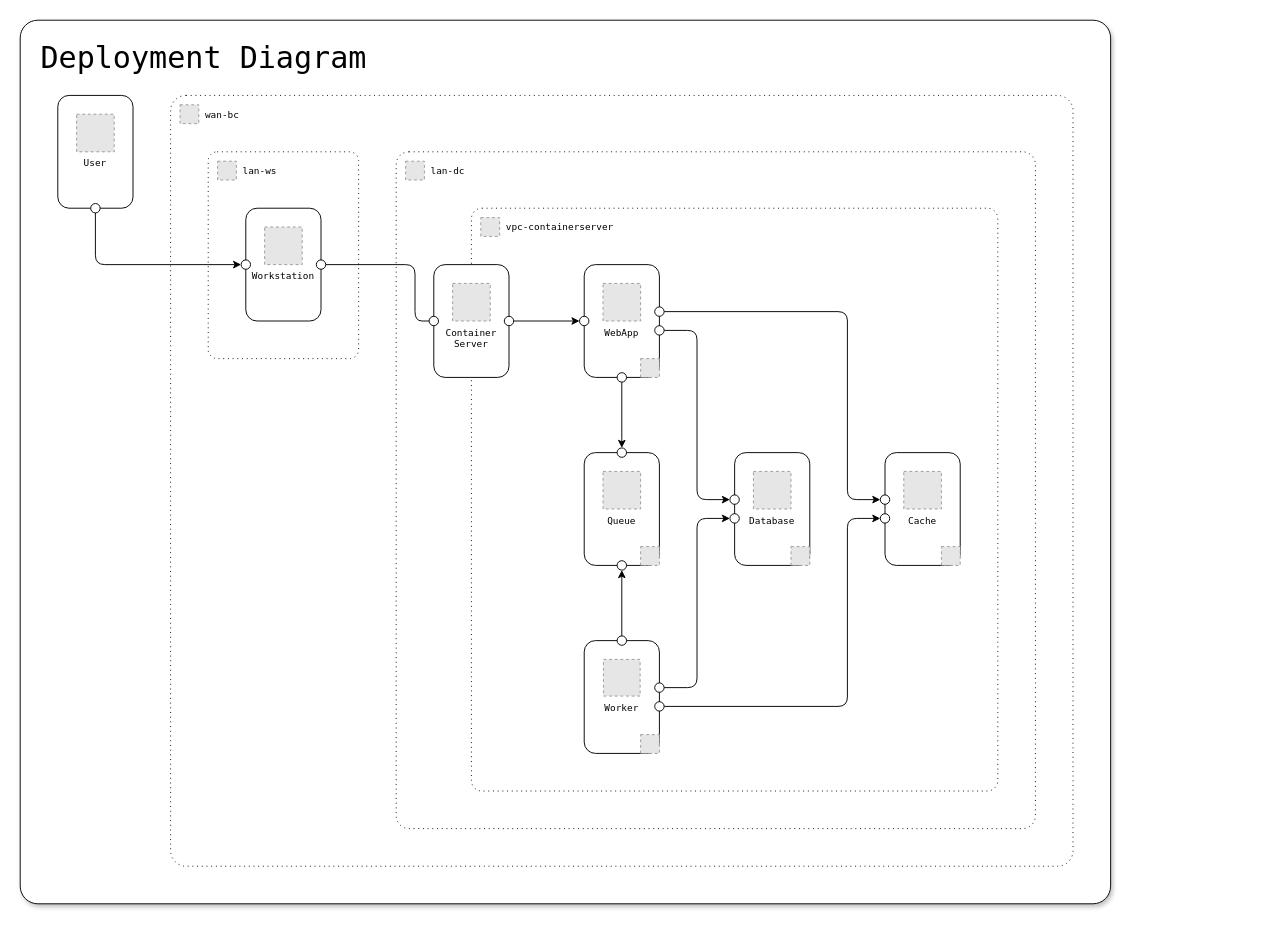
Above: docs/dd.drawio in mfedatto/bc-cashflow (draw.io), before the change. Source tidied: cells renumbered, new cells numbered last; positions are measured from the earlier drawing's top-left corner, leaving out a move shared by most shapes. Both pictures are drawn from the tidied source at 94%, with x=0, y=0 at pixel (20, 20). Pictures stored in the file or linked from it are replaced by grey dashed boxes.
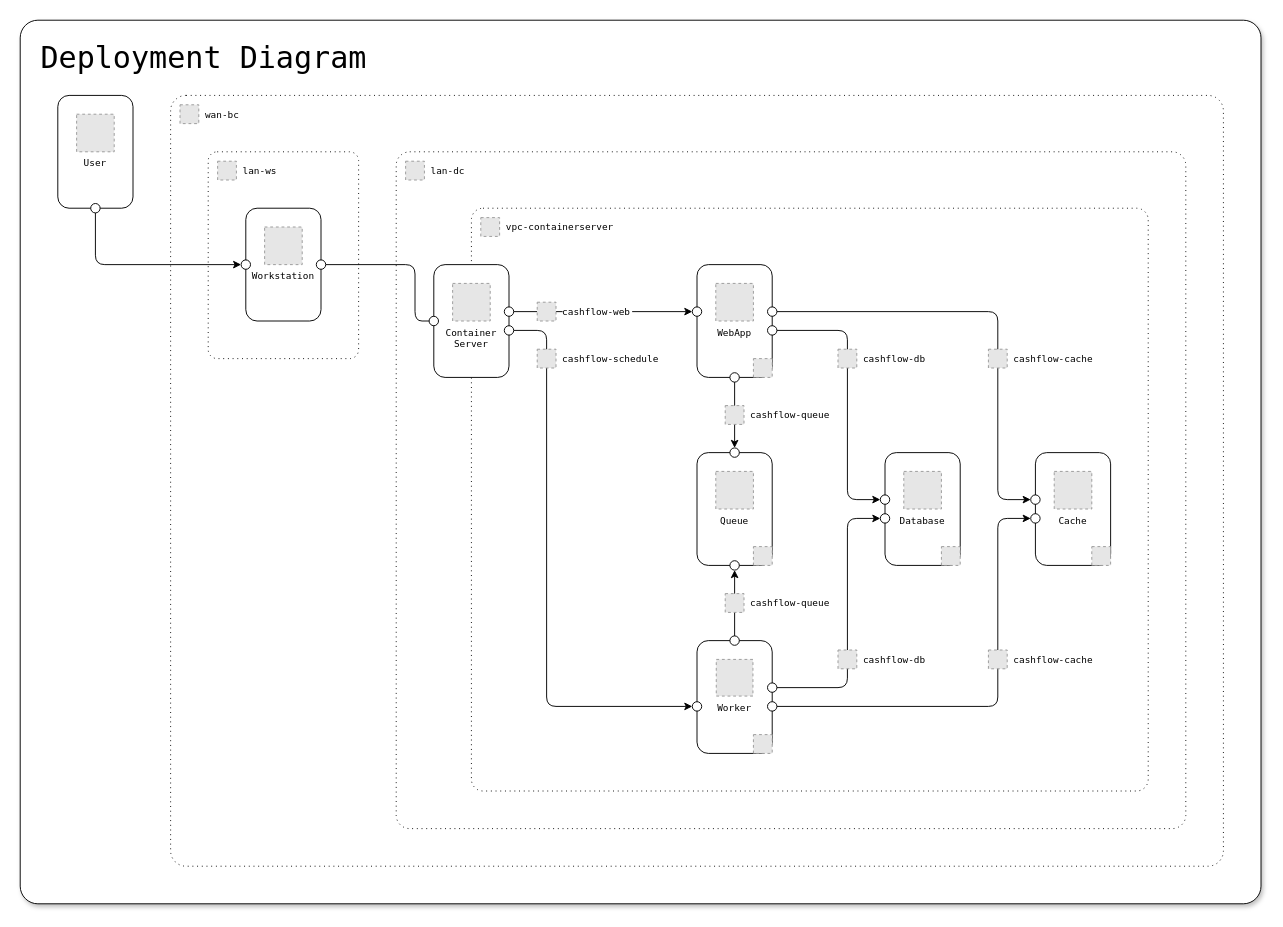
The same diagram, later.

Commit message (it also covers changes not shown here):
maior detalhamento do diagrama de deployment;

Diff of the diagram source:
```diff
@@
     <mxCell id="2" style="rounded=1;whiteSpace=wrap;html=1;fontFamily=Lucida Console;fontSize=32;arcSize=2;shadow=1;" parent="1" vertex="1">
-      <mxGeometry width="1160" height="940" as="geometry" />
+      <mxGeometry width="1320" height="940" as="geometry" />
     </mxCell>
@@
     <mxCell id="4" style="rounded=1;whiteSpace=wrap;html=1;shadow=0;labelBackgroundColor=none;labelBorderColor=none;strokeColor=#000000;fontFamily=Lucida Console;fontSize=10;fillColor=none;arcSize=2;dashed=1;dashPattern=1 4;" parent="3" vertex="1">
-      <mxGeometry x="160" y="80" width="960" height="820" as="geometry" />
+      <mxGeometry x="160" y="80" width="1120" height="820" as="geometry" />
     </mxCell>
@@
     <mxCell id="8" style="rounded=1;whiteSpace=wrap;html=1;shadow=0;labelBackgroundColor=none;labelBorderColor=none;strokeColor=#000000;fontFamily=Lucida Console;fontSize=10;fillColor=none;arcSize=2;dashed=1;dashPattern=1 4;" parent="3" vertex="1">
-      <mxGeometry x="400" y="140" width="680" height="720" as="geometry" />
+      <mxGeometry x="400" y="140" width="840" height="720" as="geometry" />
     </mxCell>
@@
     <mxCell id="10" style="rounded=1;whiteSpace=wrap;html=1;shadow=0;labelBackgroundColor=none;labelBorderColor=none;strokeColor=#000000;fontFamily=Lucida Console;fontSize=10;fillColor=none;arcSize=2;dashed=1;dashPattern=1 4;" parent="3" vertex="1">
-      <mxGeometry x="480" y="200" width="560" height="620" as="geometry" />
+      <mxGeometry x="480" y="200" width="720" height="620" as="geometry" />
     </mxCell>
@@
     <mxCell id="25" style="group;fontFamily=Lucida Console;" parent="13" vertex="1">
-      <mxGeometry x="600" y="260" width="80" height="120" as="geometry" />
+      <mxGeometry x="720" y="260" width="80" height="120" as="geometry" />
     </mxCell>
@@
-    <mxCell id="29" style="edgeStyle=none;html=1;exitX=1;exitY=0.5;exitDx=0;exitDy=0;entryX=0;entryY=0.5;entryDx=0;entryDy=0;fontFamily=Lucida Console;fontSize=10;" parent="13" edge="1" source="65" target="64">
+    <mxCell id="29" style="edgeStyle=none;html=1;exitX=1;exitY=0.5;exitDx=0;exitDy=0;entryX=0;entryY=0.5;entryDx=0;entryDy=0;fontFamily=Lucida Console;fontSize=10;startArrow=none;" parent="13" edge="1" source="78" target="64">
       <mxGeometry relative="1" as="geometry" />
     </mxCell>
     <mxCell id="30" style="group;fontFamily=Lucida Console;" parent="13" vertex="1">
-      <mxGeometry x="760" y="460" width="80" height="120" as="geometry" />
+      <mxGeometry x="920" y="460" width="80" height="120" as="geometry" />
     </mxCell>
@@
     <mxCell id="34" style="edgeStyle=none;html=1;exitX=1;exitY=0.5;exitDx=0;exitDy=0;entryX=0;entryY=0.5;entryDx=0;entryDy=0;fontFamily=Lucida Console;fontSize=10;endArrow=classic;endFill=1;" parent="13" edge="1" source="52" target="54">
       <mxGeometry relative="1" as="geometry">
         <Array as="points">
-          <mxPoint x="720" y="330" />
-          <mxPoint x="720" y="510" />
+          <mxPoint x="880" y="330" />
+          <mxPoint x="880" y="510" />
         </Array>
       </mxGeometry>
     </mxCell>
     <mxCell id="35" style="group;fontFamily=Lucida Console;" parent="13" vertex="1">
-      <mxGeometry x="920" y="460" width="80" height="120" as="geometry" />
+      <mxGeometry x="1080" y="460" width="80" height="120" as="geometry" />
     </mxCell>
@@
     <mxCell id="39" style="edgeStyle=none;html=1;exitX=1;exitY=0.5;exitDx=0;exitDy=0;fontFamily=Lucida Console;fontSize=10;endArrow=classic;endFill=1;entryX=0;entryY=0.5;entryDx=0;entryDy=0;" parent="13" edge="1" source="53" target="62">
       <mxGeometry relative="1" as="geometry">
         <Array as="points">
-          <mxPoint x="880" y="310" />
-          <mxPoint x="880" y="510" />
+          <mxPoint x="1040" y="310" />
+          <mxPoint x="1040" y="510" />
         </Array>
       </mxGeometry>
     </mxCell>
     <mxCell id="40" style="group;fontFamily=Lucida Console;" parent="13" vertex="1">
-      <mxGeometry x="600" y="460" width="80" height="120" as="geometry" />
+      <mxGeometry x="720" y="460" width="80" height="120" as="geometry" />
     </mxCell>
@@
     <mxCell id="45" style="group;fontFamily=Lucida Console;" parent="13" vertex="1">
-      <mxGeometry x="600" y="660" width="80" height="120" as="geometry" />
+      <mxGeometry x="720" y="660" width="80" height="120" as="geometry" />
     </mxCell>
@@
     <mxCell id="49" style="edgeStyle=none;html=1;exitX=1;exitY=0.5;exitDx=0;exitDy=0;entryX=0;entryY=0.5;entryDx=0;entryDy=0;fontFamily=Lucida Console;fontSize=10;endArrow=classic;endFill=1;" parent="13" edge="1" source="60" target="55">
       <mxGeometry relative="1" as="geometry">
         <Array as="points">
-          <mxPoint x="720" y="710" />
-          <mxPoint x="720" y="530" />
+          <mxPoint x="880" y="710" />
+          <mxPoint x="880" y="530" />
         </Array>
       </mxGeometry>
     </mxCell>
     <mxCell id="50" style="edgeStyle=none;html=1;exitX=1;exitY=0.5;exitDx=0;exitDy=0;entryX=0;entryY=0.5;entryDx=0;entryDy=0;fontFamily=Lucida Console;fontSize=10;endArrow=classic;endFill=1;" parent="13" edge="1" source="61" target="63">
       <mxGeometry relative="1" as="geometry">
         <Array as="points">
-          <mxPoint x="880" y="730" />
-          <mxPoint x="880" y="530" />
+          <mxPoint x="1040" y="730" />
+          <mxPoint x="1040" y="530" />
         </Array>
       </mxGeometry>
     </mxCell>
@@
     <mxCell id="52" style="ellipse;whiteSpace=wrap;html=1;shadow=0;labelBackgroundColor=none;labelBorderColor=none;strokeColor=#000000;fontFamily=Lucida Console;fontSize=10;fillColor=default;" parent="13" vertex="1">
-      <mxGeometry x="675" y="325" width="10" height="10" as="geometry" />
+      <mxGeometry x="795" y="325" width="10" height="10" as="geometry" />
     </mxCell>
     <mxCell id="53" style="ellipse;whiteSpace=wrap;html=1;shadow=0;labelBackgroundColor=none;labelBorderColor=none;strokeColor=#000000;fontFamily=Lucida Console;fontSize=10;fillColor=default;" parent="13" vertex="1">
-      <mxGeometry x="675" y="305" width="10" height="10" as="geometry" />
+      <mxGeometry x="795" y="305" width="10" height="10" as="geometry" />
     </mxCell>
     <mxCell id="54" style="ellipse;whiteSpace=wrap;html=1;shadow=0;labelBackgroundColor=none;labelBorderColor=none;strokeColor=#000000;fontFamily=Lucida Console;fontSize=10;fillColor=default;" parent="13" vertex="1">
-      <mxGeometry x="755" y="505" width="10" height="10" as="geometry" />
+      <mxGeometry x="915" y="505" width="10" height="10" as="geometry" />
     </mxCell>
     <mxCell id="55" style="ellipse;whiteSpace=wrap;html=1;shadow=0;labelBackgroundColor=none;labelBorderColor=none;strokeColor=#000000;fontFamily=Lucida Console;fontSize=10;fillColor=default;" parent="13" vertex="1">
-      <mxGeometry x="755" y="525" width="10" height="10" as="geometry" />
+      <mxGeometry x="915" y="525" width="10" height="10" as="geometry" />
     </mxCell>
     <mxCell id="56" style="ellipse;whiteSpace=wrap;html=1;shadow=0;labelBackgroundColor=none;labelBorderColor=none;strokeColor=#000000;fontFamily=Lucida Console;fontSize=10;fillColor=default;" parent="13" vertex="1">
-      <mxGeometry x="635" y="375" width="10" height="10" as="geometry" />
+      <mxGeometry x="755" y="375" width="10" height="10" as="geometry" />
     </mxCell>
     <mxCell id="57" style="ellipse;whiteSpace=wrap;html=1;shadow=0;labelBackgroundColor=none;labelBorderColor=none;strokeColor=#000000;fontFamily=Lucida Console;fontSize=10;fillColor=default;" parent="13" vertex="1">
-      <mxGeometry x="635" y="455" width="10" height="10" as="geometry" />
+      <mxGeometry x="755" y="455" width="10" height="10" as="geometry" />
     </mxCell>
     <mxCell id="58" style="ellipse;whiteSpace=wrap;html=1;shadow=0;labelBackgroundColor=none;labelBorderColor=none;strokeColor=#000000;fontFamily=Lucida Console;fontSize=10;fillColor=default;" parent="13" vertex="1">
-      <mxGeometry x="635" y="575" width="10" height="10" as="geometry" />
+      <mxGeometry x="755" y="575" width="10" height="10" as="geometry" />
     </mxCell>
     <mxCell id="59" style="ellipse;whiteSpace=wrap;html=1;shadow=0;labelBackgroundColor=none;labelBorderColor=none;strokeColor=#000000;fontFamily=Lucida Console;fontSize=10;fillColor=default;" parent="13" vertex="1">
-      <mxGeometry x="635" y="655" width="10" height="10" as="geometry" />
+      <mxGeometry x="755" y="655" width="10" height="10" as="geometry" />
     </mxCell>
     <mxCell id="60" style="ellipse;whiteSpace=wrap;html=1;shadow=0;labelBackgroundColor=none;labelBorderColor=none;strokeColor=#000000;fontFamily=Lucida Console;fontSize=10;fillColor=default;" parent="13" vertex="1">
-      <mxGeometry x="675" y="705" width="10" height="10" as="geometry" />
+      <mxGeometry x="795" y="705" width="10" height="10" as="geometry" />
     </mxCell>
     <mxCell id="61" style="ellipse;whiteSpace=wrap;html=1;shadow=0;labelBackgroundColor=none;labelBorderColor=none;strokeColor=#000000;fontFamily=Lucida Console;fontSize=10;fillColor=default;" parent="13" vertex="1">
-      <mxGeometry x="675" y="725" width="10" height="10" as="geometry" />
+      <mxGeometry x="795" y="725" width="10" height="10" as="geometry" />
     </mxCell>
     <mxCell id="62" style="ellipse;whiteSpace=wrap;html=1;shadow=0;labelBackgroundColor=none;labelBorderColor=none;strokeColor=#000000;fontFamily=Lucida Console;fontSize=10;fillColor=default;" parent="13" vertex="1">
-      <mxGeometry x="915" y="505" width="10" height="10" as="geometry" />
+      <mxGeometry x="1075" y="505" width="10" height="10" as="geometry" />
     </mxCell>
     <mxCell id="63" style="ellipse;whiteSpace=wrap;html=1;shadow=0;labelBackgroundColor=none;labelBorderColor=none;strokeColor=#000000;fontFamily=Lucida Console;fontSize=10;fillColor=default;" parent="13" vertex="1">
-      <mxGeometry x="915" y="525" width="10" height="10" as="geometry" />
+      <mxGeometry x="1075" y="525" width="10" height="10" as="geometry" />
     </mxCell>
     <mxCell id="64" style="ellipse;whiteSpace=wrap;html=1;shadow=0;labelBackgroundColor=none;labelBorderColor=none;strokeColor=#000000;fontFamily=Lucida Console;fontSize=10;fillColor=default;" parent="13" vertex="1">
-      <mxGeometry x="595" y="315" width="10" height="10" as="geometry" />
+      <mxGeometry x="715" y="305" width="10" height="10" as="geometry" />
     </mxCell>
     <mxCell id="65" style="ellipse;whiteSpace=wrap;html=1;shadow=0;labelBackgroundColor=none;labelBorderColor=none;strokeColor=#000000;fontFamily=Lucida Console;fontSize=10;fillColor=default;" parent="13" vertex="1">
-      <mxGeometry x="515" y="315" width="10" height="10" as="geometry" />
+      <mxGeometry x="515" y="305" width="10" height="10" as="geometry" />
     </mxCell>
@@
+    <mxCell id="70" value="cashflow-db" style="fillColor=#E6E6E6;strokeColor=#999999;dashed=1;verticalLabelPosition=middle;labelBackgroundColor=default;verticalAlign=middle;labelPosition=right;align=left;spacingLeft=5;fontSize=10;fontFamily=Lucida Console;" parent="13" vertex="1">
+      <mxGeometry x="870" y="350" width="20" height="20" as="geometry" />
+    </mxCell>
+    <mxCell id="71" value="cashflow-db" style="fillColor=#E6E6E6;strokeColor=#999999;dashed=1;verticalLabelPosition=middle;labelBackgroundColor=default;verticalAlign=middle;labelPosition=right;align=left;spacingLeft=5;fontSize=10;fontFamily=Lucida Console;" parent="13" vertex="1">
+      <mxGeometry x="870" y="670" width="20" height="20" as="geometry" />
+    </mxCell>
+    <mxCell id="72" value="cashflow-cache" style="fillColor=#E6E6E6;strokeColor=#999999;dashed=1;verticalLabelPosition=middle;labelBackgroundColor=default;verticalAlign=middle;labelPosition=right;align=left;spacingLeft=5;fontSize=10;fontFamily=Lucida Console;" parent="13" vertex="1">
+      <mxGeometry x="1030" y="350" width="20" height="20" as="geometry" />
+    </mxCell>
+    <mxCell id="73" value="cashflow-cache" style="fillColor=#E6E6E6;strokeColor=#999999;dashed=1;verticalLabelPosition=middle;labelBackgroundColor=default;verticalAlign=middle;labelPosition=right;align=left;spacingLeft=5;fontSize=10;fontFamily=Lucida Console;" parent="13" vertex="1">
+      <mxGeometry x="1030" y="670" width="20" height="20" as="geometry" />
+    </mxCell>
+    <mxCell id="74" style="edgeStyle=none;html=1;exitX=1;exitY=0.5;exitDx=0;exitDy=0;entryX=0;entryY=0.5;entryDx=0;entryDy=0;fontFamily=Lucida Console;fontSize=10;" parent="13" edge="1" source="76" target="75">
+      <mxGeometry relative="1" as="geometry">
+        <Array as="points">
+          <mxPoint x="560" y="330" />
+          <mxPoint x="560" y="730" />
+        </Array>
+      </mxGeometry>
+    </mxCell>
+    <mxCell id="75" style="ellipse;whiteSpace=wrap;html=1;shadow=0;labelBackgroundColor=none;labelBorderColor=none;strokeColor=#000000;fontFamily=Lucida Console;fontSize=10;fillColor=default;" parent="13" vertex="1">
+      <mxGeometry x="715" y="725" width="10" height="10" as="geometry" />
+    </mxCell>
+    <mxCell id="76" style="ellipse;whiteSpace=wrap;html=1;shadow=0;labelBackgroundColor=none;labelBorderColor=none;strokeColor=#000000;fontFamily=Lucida Console;fontSize=10;fillColor=default;" parent="13" vertex="1">
+      <mxGeometry x="515" y="325" width="10" height="10" as="geometry" />
+    </mxCell>
+    <mxCell id="77" style="edgeStyle=none;html=1;exitX=1;exitY=0.5;exitDx=0;exitDy=0;entryX=0;entryY=0.5;entryDx=0;entryDy=0;fontFamily=Lucida Console;fontSize=10;endArrow=none;" parent="13" edge="1" source="65" target="78">
+      <mxGeometry relative="1" as="geometry" />
+    </mxCell>
+    <mxCell id="78" value="cashflow-web" style="fillColor=#E6E6E6;strokeColor=#999999;dashed=1;verticalLabelPosition=middle;labelBackgroundColor=default;verticalAlign=middle;labelPosition=right;align=left;spacingLeft=5;fontSize=10;fontFamily=Lucida Console;" parent="13" vertex="1">
+      <mxGeometry x="550" y="300" width="20" height="20" as="geometry" />
+    </mxCell>
+    <mxCell id="79" value="cashflow-schedule" style="fillColor=#E6E6E6;strokeColor=#999999;dashed=1;verticalLabelPosition=middle;labelBackgroundColor=default;verticalAlign=middle;labelPosition=right;align=left;spacingLeft=5;fontSize=10;fontFamily=Lucida Console;" parent="13" vertex="1">
+      <mxGeometry x="550" y="350" width="20" height="20" as="geometry" />
+    </mxCell>
+    <mxCell id="80" value="cashflow-queue" style="fillColor=#E6E6E6;strokeColor=#999999;dashed=1;verticalLabelPosition=middle;labelBackgroundColor=default;verticalAlign=middle;labelPosition=right;align=left;spacingLeft=5;fontSize=10;fontFamily=Lucida Console;" parent="13" vertex="1">
+      <mxGeometry x="750" y="410" width="20" height="20" as="geometry" />
+    </mxCell>
+    <mxCell id="81" value="cashflow-queue" style="fillColor=#E6E6E6;strokeColor=#999999;dashed=1;verticalLabelPosition=middle;labelBackgroundColor=default;verticalAlign=middle;labelPosition=right;align=left;spacingLeft=5;fontSize=10;fontFamily=Lucida Console;" parent="13" vertex="1">
+      <mxGeometry x="750" y="610" width="20" height="20" as="geometry" />
+    </mxCell>
```
